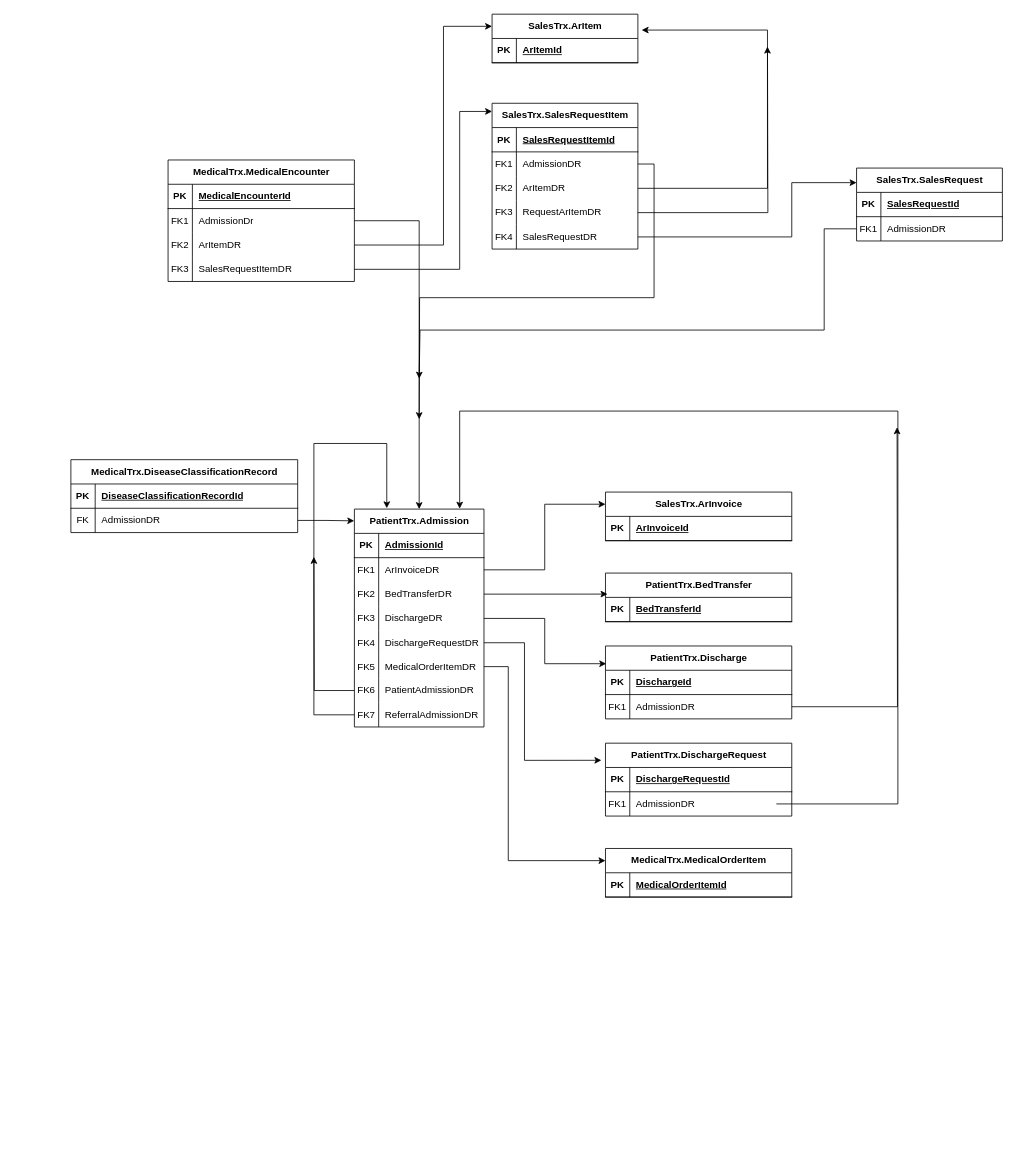
The draw.io diagram General/General.drawio in xili44/siloam-erd, before the edit. Source tidied: cells renumbered, new cells numbered last; positions are measured from the earlier drawing's top-left corner, leaving out a move shared by most shapes. Both pictures are drawn from the tidied source at 81%, with x=0, y=0 at pixel (70, 14).
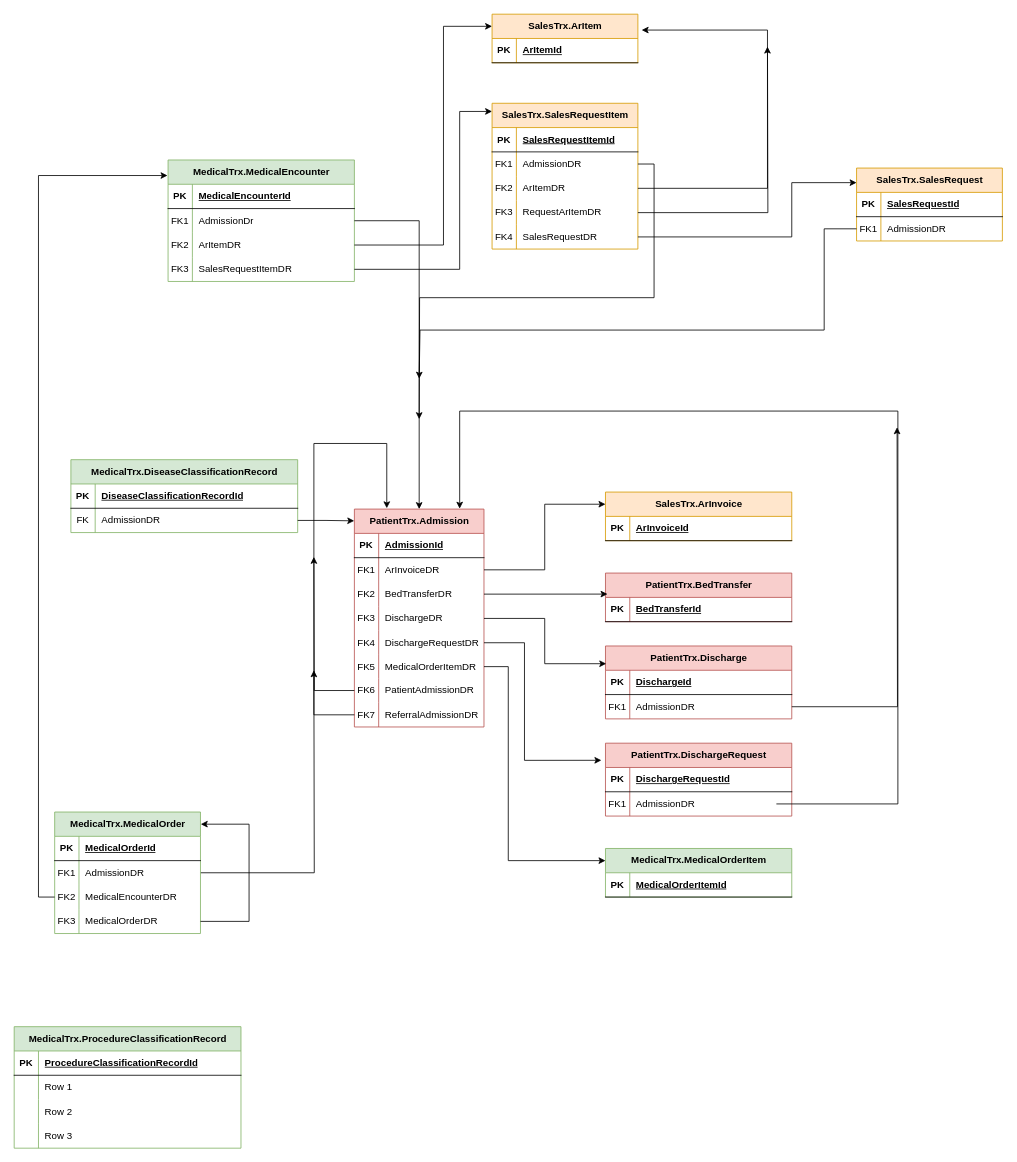
Above is the later version.

Unchanged cells that the change refers to:
```xml
<mxCell id="31" style="shape=tableRow;horizontal=0;startSize=0;swimlaneHead=0;swimlaneBody=0;fillColor=none;points=[[0,0.5],[1,0.5]];portConstraint=eastwest;top=0;left=0;right=0;bottom=0;" parent="27" vertex="1">
  <mxGeometry y="60" width="280" height="30" as="geometry" />
</mxCell>
```

Change to the diagram source:
```diff
@@
-    <mxCell id="2" value="PatientTrx.Admission" style="shape=table;startSize=30;childLayout=tableLayout;rowLines=0;fontStyle=1;align=center;html=1;" parent="1" vertex="1">
+    <mxCell id="2" value="PatientTrx.Admission" style="shape=table;startSize=30;childLayout=tableLayout;rowLines=0;fontStyle=1;align=center;html=1;fillColor=#f8cecc;strokeColor=#b85450;" parent="1" vertex="1">
       <mxGeometry x="350" y="611" width="160" height="269" as="geometry" />
     </mxCell>
@@
-    <mxCell id="27" value="&lt;span style=&quot;text-wrap: wrap;&quot;&gt;MedicalTrx.DiseaseClassificationRecord&lt;/span&gt;" style="shape=table;startSize=30;childLayout=tableLayout;rowLines=0;fontStyle=1;align=center;html=1;" parent="1" vertex="1">
+    <mxCell id="27" value="&lt;span style=&quot;text-wrap: wrap;&quot;&gt;MedicalTrx.DiseaseClassificationRecord&lt;/span&gt;" style="shape=table;startSize=30;childLayout=tableLayout;rowLines=0;fontStyle=1;align=center;html=1;fillColor=#d5e8d4;strokeColor=#82b366;" parent="1" vertex="1">
       <mxGeometry y="550" width="280" height="90" as="geometry" />
     </mxCell>
@@
-    <mxCell id="33" value="AdmissionDR" style="shape=partialRectangle;fillColor=none;top=0;left=0;bottom=0;right=0;align=left;spacingLeft=6;overflow=hidden;whiteSpace=wrap;html=1;" parent="31" vertex="1">
+    <mxCell id="33" value="AdmissionDR" style="shape=partialRectangle;fillColor=none;top=0;left=0;bottom=0;right=0;align=left;spacingLeft=6;overflow=hidden;whiteSpace=wrap;html=1;strokeColor=#97D077;" parent="31" vertex="1">
       <mxGeometry x="30" width="250" height="30" as="geometry" />
     </mxCell>
-    <mxCell id="34" value="SalesTrx.ArInvoice" style="shape=table;startSize=30;childLayout=tableLayout;rowLines=0;fontStyle=1;align=center;html=1;" parent="1" vertex="1">
+    <mxCell id="34" value="SalesTrx.ArInvoice" style="shape=table;startSize=30;childLayout=tableLayout;rowLines=0;fontStyle=1;align=center;html=1;fillColor=#ffe6cc;strokeColor=#d79b00;" parent="1" vertex="1">
       <mxGeometry x="660" y="590" width="230" height="60" as="geometry" />
     </mxCell>
@@
-    <mxCell id="38" value="PatientTrx.BedTransfer" style="shape=table;startSize=30;childLayout=tableLayout;rowLines=0;fontStyle=1;align=center;html=1;" parent="1" vertex="1">
+    <mxCell id="38" value="PatientTrx.BedTransfer" style="shape=table;startSize=30;childLayout=tableLayout;rowLines=0;fontStyle=1;align=center;html=1;fillColor=#f8cecc;strokeColor=#b85450;" parent="1" vertex="1">
       <mxGeometry x="660" y="690" width="230" height="60" as="geometry" />
     </mxCell>
@@
-    <mxCell id="42" value="PatientTrx.DischargeRequest" style="shape=table;startSize=30;childLayout=tableLayout;rowLines=0;fontStyle=1;align=center;html=1;" parent="1" vertex="1">
+    <mxCell id="42" value="PatientTrx.DischargeRequest" style="shape=table;startSize=30;childLayout=tableLayout;rowLines=0;fontStyle=1;align=center;html=1;fillColor=#f8cecc;strokeColor=#b85450;" parent="1" vertex="1">
       <mxGeometry x="660" y="900" width="230" height="90" as="geometry" />
     </mxCell>
@@
-    <mxCell id="49" value="MedicalTrx.MedicalOrderItem" style="shape=table;startSize=30;childLayout=tableLayout;rowLines=0;fontStyle=1;align=center;html=1;" parent="1" vertex="1">
+    <mxCell id="49" value="MedicalTrx.MedicalOrderItem" style="shape=table;startSize=30;childLayout=tableLayout;rowLines=0;fontStyle=1;align=center;html=1;fillColor=#d5e8d4;strokeColor=#82b366;" parent="1" vertex="1">
       <mxGeometry x="660" y="1030" width="230" height="60" as="geometry" />
     </mxCell>
@@
-    <mxCell id="53" value="PatientTrx.Discharge" style="shape=table;startSize=30;childLayout=tableLayout;rowLines=0;fontStyle=1;align=center;html=1;" parent="1" vertex="1">
+    <mxCell id="53" value="PatientTrx.Discharge" style="shape=table;startSize=30;childLayout=tableLayout;rowLines=0;fontStyle=1;align=center;html=1;fillColor=#f8cecc;strokeColor=#b85450;" parent="1" vertex="1">
       <mxGeometry x="660" y="780" width="230" height="90" as="geometry" />
     </mxCell>
@@
-    <mxCell id="68" value="MedicalTrx.MedicalEncounter" style="shape=table;startSize=30;childLayout=tableLayout;rowLines=0;fontStyle=1;align=center;html=1;" parent="1" vertex="1">
+    <mxCell id="68" value="MedicalTrx.MedicalEncounter" style="shape=table;startSize=30;childLayout=tableLayout;rowLines=0;fontStyle=1;align=center;html=1;fillColor=#d5e8d4;strokeColor=#82b366;" parent="1" vertex="1">
       <mxGeometry x="120" y="180" width="230" height="150" as="geometry" />
     </mxCell>
@@
-    <mxCell id="82" value="SalesTrx.ArItem" style="shape=table;startSize=30;childLayout=tableLayout;rowLines=0;fontStyle=1;align=center;html=1;" parent="1" vertex="1">
+    <mxCell id="82" value="SalesTrx.ArItem" style="shape=table;startSize=30;childLayout=tableLayout;rowLines=0;fontStyle=1;align=center;html=1;fillColor=#ffe6cc;strokeColor=#d79b00;" parent="1" vertex="1">
       <mxGeometry x="520" width="180" height="60" as="geometry" />
     </mxCell>
@@
-    <mxCell id="87" value="SalesTrx.SalesRequestItem" style="shape=table;startSize=30;childLayout=tableLayout;rowLines=0;fontStyle=1;align=center;html=1;" parent="1" vertex="1">
+    <mxCell id="87" value="SalesTrx.SalesRequestItem" style="shape=table;startSize=30;childLayout=tableLayout;rowLines=0;fontStyle=1;align=center;html=1;fillColor=#ffe6cc;strokeColor=#d79b00;" parent="1" vertex="1">
       <mxGeometry x="520" y="110" width="180" height="180" as="geometry" />
     </mxCell>
@@
-    <mxCell id="109" value="SalesTrx.SalesRequest" style="shape=table;startSize=30;childLayout=tableLayout;rowLines=0;fontStyle=1;align=center;html=1;" parent="1" vertex="1">
+    <mxCell id="109" value="SalesTrx.SalesRequest" style="shape=table;startSize=30;childLayout=tableLayout;rowLines=0;fontStyle=1;align=center;html=1;fillColor=#ffe6cc;strokeColor=#d79b00;" parent="1" vertex="1">
       <mxGeometry x="970" y="190" width="180" height="90" as="geometry" />
     </mxCell>
@@
+    <mxCell id="118" style="edgeStyle=orthogonalEdgeStyle;rounded=0;jettySize=auto;html=1;exitX=1;exitY=0.5;exitDx=0;exitDy=0;" parent="1" edge="1" source="119">
+      <mxGeometry relative="1" as="geometry">
+        <mxPoint x="300" y="810" as="targetPoint" />
+      </mxGeometry>
+    </mxCell>
+    <mxCell id="119" value="MedicalTrx.MedicalOrder" style="shape=table;startSize=30;childLayout=tableLayout;rowLines=0;fontStyle=1;align=center;html=1;fillColor=#d5e8d4;strokeColor=#82b366;" parent="1" vertex="1">
+      <mxGeometry x="-20" y="985" width="180" height="150" as="geometry" />
+    </mxCell>
+    <mxCell id="120" style="shape=tableRow;horizontal=0;startSize=0;swimlaneHead=0;swimlaneBody=0;fillColor=none;top=0;left=0;right=0;bottom=1;" parent="119" vertex="1">
+      <mxGeometry y="30" width="180" height="30" as="geometry" />
+    </mxCell>
+    <mxCell id="121" value="PK" style="shape=partialRectangle;fillColor=none;top=0;left=0;bottom=0;right=0;fontStyle=1;overflow=hidden;whiteSpace=wrap;html=1;" parent="120" vertex="1">
+      <mxGeometry width="30" height="30" as="geometry" />
+    </mxCell>
+    <mxCell id="122" value="MedicalOrderId" style="shape=partialRectangle;fillColor=none;top=0;left=0;bottom=0;right=0;align=left;spacingLeft=6;fontStyle=5;overflow=hidden;whiteSpace=wrap;html=1;" parent="120" vertex="1">
+      <mxGeometry x="30" width="150" height="30" as="geometry" />
+    </mxCell>
+    <mxCell id="123" style="shape=tableRow;horizontal=0;startSize=0;swimlaneHead=0;swimlaneBody=0;fillColor=none;top=0;left=0;right=0;bottom=0;" parent="119" vertex="1">
+      <mxGeometry y="60" width="180" height="30" as="geometry" />
+    </mxCell>
+    <mxCell id="124" value="FK1" style="shape=partialRectangle;fillColor=none;top=0;left=0;bottom=0;right=0;overflow=hidden;whiteSpace=wrap;html=1;" parent="123" vertex="1">
+      <mxGeometry width="30" height="30" as="geometry" />
+    </mxCell>
+    <mxCell id="125" value="AdmissionDR" style="shape=partialRectangle;fillColor=none;top=0;left=0;bottom=0;right=0;align=left;spacingLeft=6;overflow=hidden;whiteSpace=wrap;html=1;" parent="123" vertex="1">
+      <mxGeometry x="30" width="150" height="30" as="geometry" />
+    </mxCell>
+    <mxCell id="126" style="shape=tableRow;horizontal=0;startSize=0;swimlaneHead=0;swimlaneBody=0;fillColor=none;points=[[0,0.5],[1,0.5]];portConstraint=eastwest;top=0;left=0;right=0;bottom=0;" parent="119" vertex="1">
+      <mxGeometry y="90" width="180" height="30" as="geometry" />
+    </mxCell>
+    <mxCell id="127" value="FK2" style="shape=partialRectangle;fillColor=none;top=0;left=0;bottom=0;right=0;overflow=hidden;whiteSpace=wrap;html=1;" parent="126" vertex="1">
+      <mxGeometry width="30" height="30" as="geometry" />
+    </mxCell>
+    <mxCell id="128" value="MedicalEncounterDR" style="shape=partialRectangle;fillColor=none;top=0;left=0;bottom=0;right=0;align=left;spacingLeft=6;overflow=hidden;whiteSpace=wrap;html=1;" parent="126" vertex="1">
+      <mxGeometry x="30" width="150" height="30" as="geometry" />
+    </mxCell>
+    <mxCell id="129" style="shape=tableRow;horizontal=0;startSize=0;swimlaneHead=0;swimlaneBody=0;fillColor=none;points=[[0,0.5],[1,0.5]];portConstraint=eastwest;top=0;left=0;right=0;bottom=0;" parent="119" vertex="1">
+      <mxGeometry y="120" width="180" height="30" as="geometry" />
+    </mxCell>
+    <mxCell id="130" value="FK3" style="shape=partialRectangle;fillColor=none;top=0;left=0;bottom=0;right=0;overflow=hidden;whiteSpace=wrap;html=1;" parent="129" vertex="1">
+      <mxGeometry width="30" height="30" as="geometry" />
+    </mxCell>
+    <mxCell id="131" value="MedicalOrderDR" style="shape=partialRectangle;fillColor=none;top=0;left=0;bottom=0;right=0;align=left;spacingLeft=6;overflow=hidden;whiteSpace=wrap;html=1;" parent="129" vertex="1">
+      <mxGeometry x="30" width="150" height="30" as="geometry" />
+    </mxCell>
+    <mxCell id="132" style="edgeStyle=orthogonalEdgeStyle;rounded=0;jettySize=auto;html=1;exitX=1;exitY=0.5;exitDx=0;exitDy=0;entryX=1.002;entryY=0.1;entryDx=0;entryDy=0;entryPerimeter=0;" parent="119" edge="1" source="129" target="119">
+      <mxGeometry relative="1" as="geometry">
+        <Array as="points">
+          <mxPoint x="240" y="135" />
+          <mxPoint x="240" y="15" />
+        </Array>
+      </mxGeometry>
+    </mxCell>
+    <mxCell id="133" style="edgeStyle=orthogonalEdgeStyle;rounded=0;jettySize=auto;html=1;exitX=0;exitY=0.5;exitDx=0;exitDy=0;entryX=-0.003;entryY=0.128;entryDx=0;entryDy=0;entryPerimeter=0;" parent="1" edge="1" source="126" target="68">
+      <mxGeometry relative="1" as="geometry" />
+    </mxCell>
+    <mxCell id="134" value="MedicalTrx.ProcedureClassificationRecord" style="shape=table;startSize=30;childLayout=tableLayout;rowLines=0;fontStyle=1;align=center;html=1;fillColor=#d5e8d4;strokeColor=#82b366;" parent="1" vertex="1">
+      <mxGeometry x="-70" y="1250" width="280" height="150" as="geometry" />
+    </mxCell>
+    <mxCell id="135" style="shape=tableRow;horizontal=0;startSize=0;swimlaneHead=0;swimlaneBody=0;fillColor=none;top=0;left=0;right=0;bottom=1;" parent="134" vertex="1">
+      <mxGeometry y="30" width="280" height="30" as="geometry" />
+    </mxCell>
+    <mxCell id="136" value="PK" style="shape=partialRectangle;fillColor=none;top=0;left=0;bottom=0;right=0;fontStyle=1;overflow=hidden;whiteSpace=wrap;html=1;" parent="135" vertex="1">
+      <mxGeometry width="30" height="30" as="geometry" />
+    </mxCell>
+    <mxCell id="137" value="ProcedureClassificationRecordId" style="shape=partialRectangle;fillColor=none;top=0;left=0;bottom=0;right=0;align=left;spacingLeft=6;fontStyle=5;overflow=hidden;whiteSpace=wrap;html=1;" parent="135" vertex="1">
+      <mxGeometry x="30" width="250" height="30" as="geometry" />
+    </mxCell>
+    <mxCell id="138" style="shape=tableRow;horizontal=0;startSize=0;swimlaneHead=0;swimlaneBody=0;fillColor=none;top=0;left=0;right=0;bottom=0;" parent="134" vertex="1">
+      <mxGeometry y="60" width="280" height="30" as="geometry" />
+    </mxCell>
+    <mxCell id="139" style="shape=partialRectangle;fillColor=none;top=0;left=0;bottom=0;right=0;overflow=hidden;whiteSpace=wrap;html=1;" parent="138" vertex="1">
+      <mxGeometry width="30" height="30" as="geometry" />
+    </mxCell>
+    <mxCell id="140" value="Row 1" style="shape=partialRectangle;fillColor=none;top=0;left=0;bottom=0;right=0;align=left;spacingLeft=6;overflow=hidden;whiteSpace=wrap;html=1;" parent="138" vertex="1">
+      <mxGeometry x="30" width="250" height="30" as="geometry" />
+    </mxCell>
+    <mxCell id="141" style="shape=tableRow;horizontal=0;startSize=0;swimlaneHead=0;swimlaneBody=0;fillColor=none;top=0;left=0;right=0;bottom=0;" parent="134" vertex="1">
+      <mxGeometry y="90" width="280" height="30" as="geometry" />
+    </mxCell>
+    <mxCell id="142" style="shape=partialRectangle;fillColor=none;top=0;left=0;bottom=0;right=0;overflow=hidden;whiteSpace=wrap;html=1;" parent="141" vertex="1">
+      <mxGeometry width="30" height="30" as="geometry" />
+    </mxCell>
+    <mxCell id="143" value="Row 2" style="shape=partialRectangle;fillColor=none;top=0;left=0;bottom=0;right=0;align=left;spacingLeft=6;overflow=hidden;whiteSpace=wrap;html=1;" parent="141" vertex="1">
+      <mxGeometry x="30" width="250" height="30" as="geometry" />
+    </mxCell>
+    <mxCell id="144" style="shape=tableRow;horizontal=0;startSize=0;swimlaneHead=0;swimlaneBody=0;fillColor=none;top=0;left=0;right=0;bottom=0;" parent="134" vertex="1">
+      <mxGeometry y="120" width="280" height="30" as="geometry" />
+    </mxCell>
+    <mxCell id="145" style="shape=partialRectangle;fillColor=none;top=0;left=0;bottom=0;right=0;overflow=hidden;whiteSpace=wrap;html=1;" parent="144" vertex="1">
+      <mxGeometry width="30" height="30" as="geometry" />
+    </mxCell>
+    <mxCell id="146" value="Row 3" style="shape=partialRectangle;fillColor=none;top=0;left=0;bottom=0;right=0;align=left;spacingLeft=6;overflow=hidden;whiteSpace=wrap;html=1;" parent="144" vertex="1">
+      <mxGeometry x="30" width="250" height="30" as="geometry" />
+    </mxCell>
```
